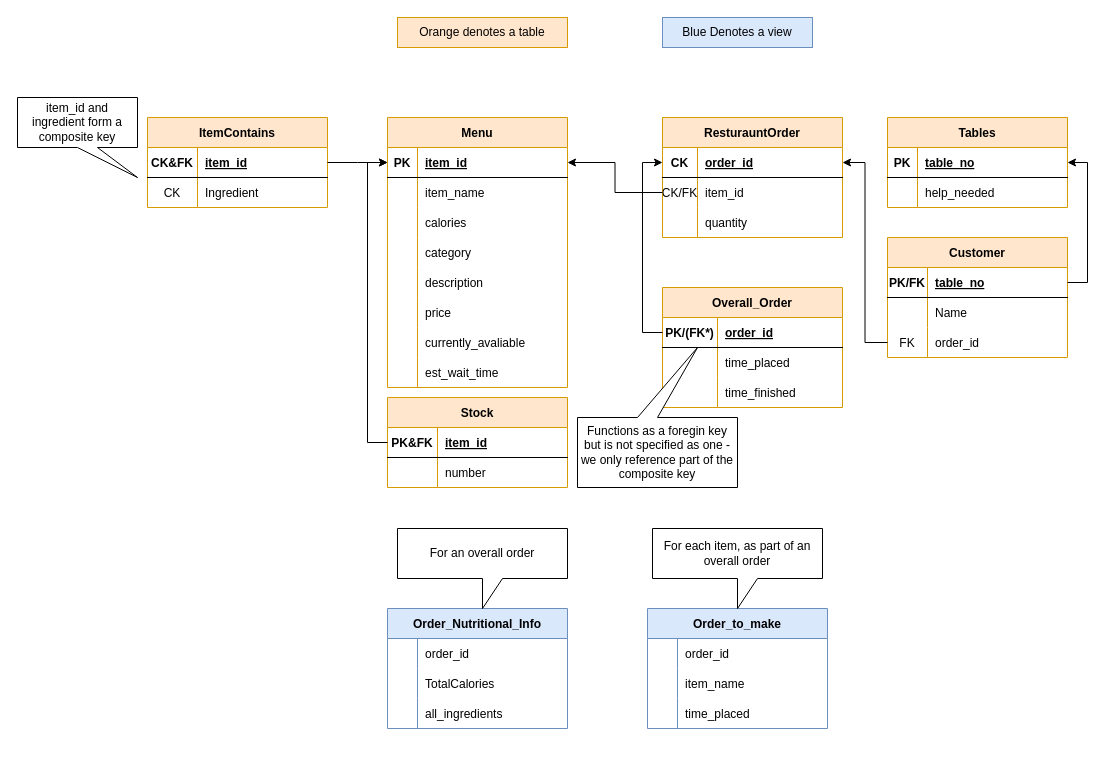
This is SQLDatabase/Diagrams/DrawIOSchema.drawio from mattyblackout/cs2815-project, a draw.io file, before an edit. Source tidied: cells renumbered, new cells numbered last; positions are measured from the earlier drawing's top-left corner, leaving out a move shared by most shapes. Both pictures are drawn from the tidied source at 100%, with x=0, y=0 at pixel (17, 17).
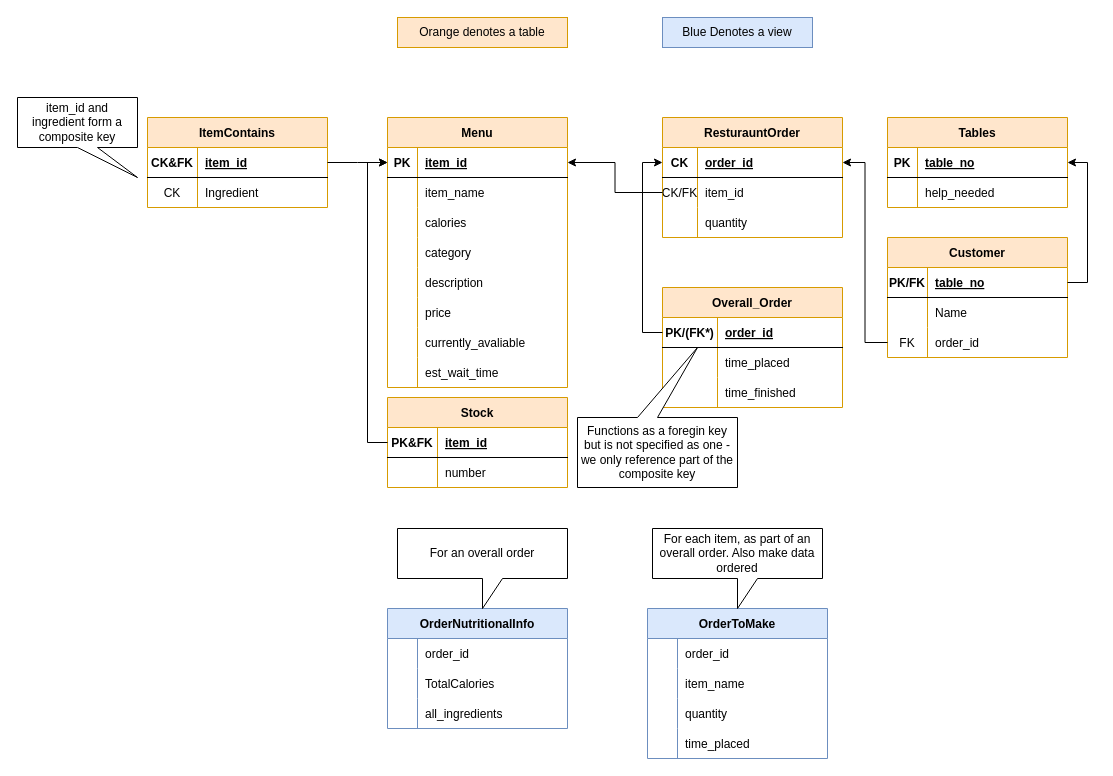
After the change.

Commit message (it also covers changes not shown here):
Added new view OrderToMake and updated diagram accordingly

What changed in the source:
```diff
@@
-    <mxCell id="58" value="Order_Nutritional_Info" style="shape=table;startSize=30;childLayout=tableLayout;rowLines=0;fontStyle=1;align=center;fillColor=#dae8fc;strokeColor=#6c8ebf;" parent="1" vertex="1">
+    <mxCell id="58" value="OrderNutritionalInfo" style="shape=table;startSize=30;childLayout=tableLayout;rowLines=0;fontStyle=1;align=center;fillColor=#dae8fc;strokeColor=#6c8ebf;" parent="1" vertex="1">
       <mxGeometry x="370" y="591" width="180" height="120" as="geometry" />
     </mxCell>
@@
-    <mxCell id="69" value="Order_to_make" style="shape=table;startSize=30;childLayout=tableLayout;rowLines=0;fontStyle=1;align=center;fillColor=#dae8fc;strokeColor=#6c8ebf;" parent="1" vertex="1">
-      <mxGeometry x="630" y="591" width="180" height="120" as="geometry" />
+    <mxCell id="69" value="OrderToMake" style="shape=table;startSize=30;childLayout=tableLayout;rowLines=0;fontStyle=1;align=center;fillColor=#dae8fc;strokeColor=#6c8ebf;" parent="1" vertex="1">
+      <mxGeometry x="630" y="591" width="180" height="150" as="geometry" />
     </mxCell>
@@
+    <mxCell id="110" style="shape=tableRow;horizontal=0;startSize=0;swimlaneHead=0;swimlaneBody=0;fillColor=none;top=0;left=0;right=0;bottom=0;" parent="69" vertex="1">
+      <mxGeometry y="90" width="180" height="30" as="geometry" />
+    </mxCell>
+    <mxCell id="111" style="shape=partialRectangle;fillColor=none;top=0;left=0;bottom=0;right=0;fontStyle=0;overflow=hidden;" parent="110" vertex="1">
+      <mxGeometry width="30" height="30" as="geometry" />
+    </mxCell>
+    <mxCell id="112" value="quantity" style="shape=partialRectangle;fillColor=none;top=0;left=0;bottom=0;right=0;align=left;spacingLeft=6;fontStyle=0;overflow=hidden;" parent="110" vertex="1">
+      <mxGeometry x="30" width="150" height="30" as="geometry" />
+    </mxCell>
     <mxCell id="76" style="shape=tableRow;horizontal=0;startSize=0;swimlaneHead=0;swimlaneBody=0;fillColor=none;top=0;left=0;right=0;bottom=0;" parent="69" vertex="1">
-      <mxGeometry y="90" width="180" height="30" as="geometry" />
+      <mxGeometry y="120" width="180" height="30" as="geometry" />
     </mxCell>
@@
-    <mxCell id="99" value="For each item, as part of an overall order" style="shape=callout;whiteSpace=wrap;html=1;perimeter=calloutPerimeter;" parent="1" vertex="1">
+    <mxCell id="99" value="For each item, as part of an overall order. Also make data ordered" style="shape=callout;whiteSpace=wrap;html=1;perimeter=calloutPerimeter;" parent="1" vertex="1">
       <mxGeometry x="635" y="511" width="170" height="80" as="geometry" />
     </mxCell>
```
